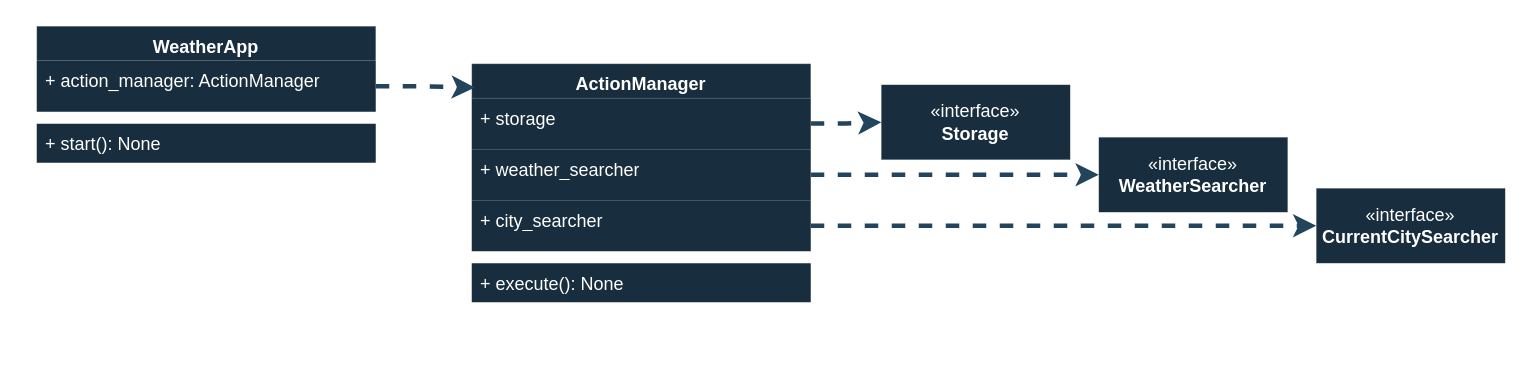
CBeredIOk/Weather_App keeps this draw.io diagram as page "New_scheme" (1 of 6) of Weather App.drawio. Above is the earlier version. Source tidied: cells renumbered, new cells numbered last; positions are measured from the earlier drawing's top-left corner, leaving out a move shared by most shapes. Both pictures are drawn from the tidied source at 150%, with x=0, y=0 at pixel (36, 26).
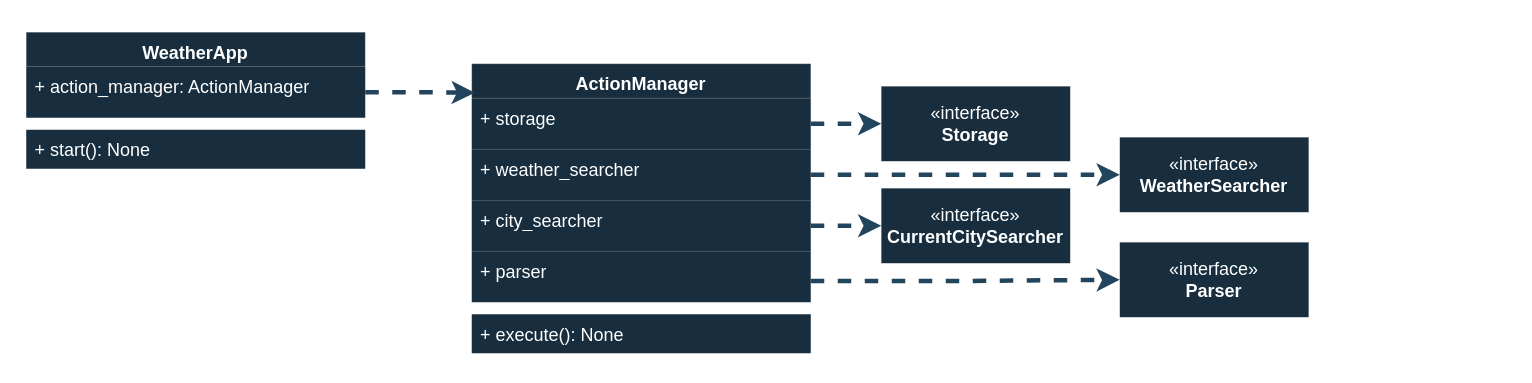
After the change.

The change refers to these unchanged cells:
```xml
<mxCell id="12" value="+ storage" style="text;strokeColor=none;fillColor=#182E3E;align=left;verticalAlign=top;spacingLeft=4;spacingRight=4;overflow=hidden;points=[[0,0.5],[1,0.5]];portConstraint=eastwest;whiteSpace=wrap;html=1;labelBackgroundColor=none;fontColor=#FFFFFF;" parent="11" vertex="1">
  <mxGeometry y="23" width="226" height="34" as="geometry" />
</mxCell>
```

Change to the diagram source:
```diff
@@
     <mxCell id="2" value="WeatherApp" style="swimlane;fontStyle=1;align=center;verticalAlign=top;horizontal=1;startSize=23;whiteSpace=wrap;html=1;labelBackgroundColor=none;fillColor=#182E3E;strokeColor=#FFFFFF;fontColor=#FFFFFF;strokeWidth=0;" parent="1" vertex="1">
-      <mxGeometry width="226" height="91" as="geometry" />
+      <mxGeometry x="-7" y="4" width="226" height="91" as="geometry" />
     </mxCell>
@@
     <mxCell id="6" value="«interface»&lt;br&gt;&lt;b&gt;CurrentCitySearcher&lt;/b&gt;" style="html=1;whiteSpace=wrap;labelBackgroundColor=none;fillColor=#182E3E;strokeColor=#FFFFFF;fontColor=#FFFFFF;strokeWidth=0;" parent="1" vertex="1">
-      <mxGeometry x="853" y="108" width="126" height="50" as="geometry" />
+      <mxGeometry x="563" y="108" width="126" height="50" as="geometry" />
     </mxCell>
     <mxCell id="7" value="«interface»&lt;br&gt;&lt;b&gt;WeatherSearcher&lt;/b&gt;" style="html=1;whiteSpace=wrap;labelBackgroundColor=none;fillColor=#182E3E;strokeColor=#FFFFFF;fontColor=#FFFFFF;strokeWidth=0;" parent="1" vertex="1">
-      <mxGeometry x="708" y="74" width="126" height="50" as="geometry" />
+      <mxGeometry x="722" y="74" width="126" height="50" as="geometry" />
     </mxCell>
     <mxCell id="8" value="«interface»&lt;br&gt;&lt;b&gt;Storage&lt;/b&gt;" style="html=1;whiteSpace=wrap;labelBackgroundColor=none;fillColor=#182E3E;strokeColor=#FFFFFF;fontColor=#FFFFFF;strokeWidth=0;" parent="1" vertex="1">
-      <mxGeometry x="563" y="39" width="126" height="50" as="geometry" />
+      <mxGeometry x="563" y="40" width="126" height="50" as="geometry" />
     </mxCell>
-    <mxCell id="9" style="edgeStyle=orthogonalEdgeStyle;rounded=0;jettySize=auto;html=1;exitX=1;exitY=0.25;exitDx=0;exitDy=0;entryX=0;entryY=0.5;entryDx=0;entryDy=0;dashed=1;strokeWidth=3;strokeColor=#23445D;" parent="1" edge="1" source="11" target="8">
+    <mxCell id="9" style="edgeStyle=orthogonalEdgeStyle;rounded=0;jettySize=auto;html=1;exitX=1;exitY=0.5;exitDx=0;exitDy=0;entryX=0;entryY=0.5;entryDx=0;entryDy=0;dashed=1;strokeWidth=3;strokeColor=#23445D;" parent="1" edge="1" source="12" target="8">
       <mxGeometry relative="1" as="geometry" />
     </mxCell>
@@
+    <mxCell id="19" style="edgeStyle=orthogonalEdgeStyle;rounded=0;jettySize=auto;html=1;exitX=1;exitY=0.75;exitDx=0;exitDy=0;entryX=0;entryY=0.5;entryDx=0;entryDy=0;dashed=1;strokeWidth=3;strokeColor=#23445D;" parent="1" edge="1" source="11" target="21">
+      <mxGeometry relative="1" as="geometry" />
+    </mxCell>
     <mxCell id="11" value="ActionManager" style="swimlane;fontStyle=1;align=center;verticalAlign=top;horizontal=1;startSize=23;whiteSpace=wrap;html=1;labelBackgroundColor=none;fillColor=#182E3E;strokeColor=#FFFFFF;fontColor=#FFFFFF;strokeWidth=0;" parent="1" vertex="1">
-      <mxGeometry x="290" y="25" width="226" height="159" as="geometry" />
+      <mxGeometry x="290" y="25" width="226" height="193" as="geometry" />
     </mxCell>
@@
+    <mxCell id="20" value="+ parser" style="text;strokeColor=none;fillColor=#182E3E;align=left;verticalAlign=top;spacingLeft=4;spacingRight=4;overflow=hidden;whiteSpace=wrap;html=1;labelBackgroundColor=none;fontColor=#FFFFFF;" parent="11" vertex="1">
+      <mxGeometry y="125" width="226" height="34" as="geometry" />
+    </mxCell>
     <mxCell id="15" style="line;strokeWidth=1;fillColor=#182E3E;align=left;verticalAlign=middle;spacingTop=-1;spacingLeft=3;spacingRight=3;labelPosition=right;strokeColor=#FFFFFF;labelBackgroundColor=none;fontColor=#FFFFFF;" parent="11" vertex="1">
-      <mxGeometry y="125" width="226" height="8" as="geometry" />
+      <mxGeometry y="159" width="226" height="8" as="geometry" />
     </mxCell>
     <mxCell id="16" value="+ execute(): None" style="text;strokeColor=none;fillColor=#182E3E;align=left;verticalAlign=top;spacingLeft=4;spacingRight=4;overflow=hidden;whiteSpace=wrap;html=1;labelBackgroundColor=none;fontColor=#FFFFFF;" parent="11" vertex="1">
-      <mxGeometry y="133" width="226" height="26" as="geometry" />
+      <mxGeometry y="167" width="226" height="26" as="geometry" />
     </mxCell>
@@
+    <mxCell id="21" value="«interface»&lt;br&gt;&lt;b&gt;Parser&lt;/b&gt;" style="html=1;whiteSpace=wrap;labelBackgroundColor=none;fillColor=#182E3E;strokeColor=#FFFFFF;fontColor=#FFFFFF;strokeWidth=0;" parent="1" vertex="1">
+      <mxGeometry x="722" y="144" width="126" height="50" as="geometry" />
+    </mxCell>
```
